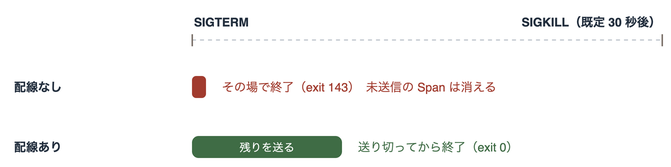
Ota1022/qiita keeps this draw.io diagram as images/shutdown-timing.drawio.png. Above is the earlier version. Source tidied: cells renumbered, new cells last; positions are measured from the earlier drawing's top-left corner, leaving out a move shared by most shapes. Its diagram source:
```xml
<mxGraphModel>
  <root>
    <mxCell id="0" />
    <mxCell id="1" parent="0" />
    <mxCell id="2" value="SIGTERM" style="text;html=1;align=left;verticalAlign=bottom;fontSize=12;fontColor=#232F3E;fontStyle=1;" parent="1" vertex="1">
      <mxGeometry x="180" width="120" height="20" as="geometry" />
    </mxCell>
    <mxCell id="3" value="SIGKILL（既定 30 秒後）" style="text;html=1;align=right;verticalAlign=bottom;fontSize=12;fontColor=#232F3E;fontStyle=1;" parent="1" vertex="1">
      <mxGeometry x="450" width="200" height="20" as="geometry" />
    </mxCell>
    <mxCell id="4" style="endArrow=none;html=1;strokeColor=#B6BEC6;strokeWidth=1;dashed=1;dashPattern=4 4;" parent="1" edge="1">
      <mxGeometry relative="1" as="geometry">
        <mxPoint x="180" y="28" as="sourcePoint" />
        <mxPoint x="650" y="28" as="targetPoint" />
      </mxGeometry>
    </mxCell>
    <mxCell id="5" style="endArrow=none;html=1;strokeColor=#7C716A;strokeWidth=1.5;" parent="1" edge="1">
      <mxGeometry relative="1" as="geometry">
        <mxPoint x="180" y="22" as="sourcePoint" />
        <mxPoint x="180" y="34" as="targetPoint" />
      </mxGeometry>
    </mxCell>
    <mxCell id="6" style="endArrow=none;html=1;strokeColor=#7C716A;strokeWidth=1.5;" parent="1" edge="1">
      <mxGeometry relative="1" as="geometry">
        <mxPoint x="650" y="22" as="sourcePoint" />
        <mxPoint x="650" y="34" as="targetPoint" />
      </mxGeometry>
    </mxCell>
    <mxCell id="7" value="配線なし" style="text;html=1;align=left;verticalAlign=middle;fontSize=12;fontColor=#232F3E;fontStyle=1;" parent="1" vertex="1">
      <mxGeometry y="62" width="170" height="26" as="geometry" />
    </mxCell>
    <mxCell id="8" style="rounded=1;arcSize=30;fillColor=#A13B2E;strokeColor=none;" parent="1" vertex="1">
      <mxGeometry x="180" y="64" width="14" height="22" as="geometry" />
    </mxCell>
    <mxCell id="9" value="その場で終了（exit 143）　未送信の Span は消える" style="text;html=1;align=left;verticalAlign=middle;fontSize=12;fontColor=#A13B2E;" parent="1" vertex="1">
      <mxGeometry x="208" y="62" width="440" height="26" as="geometry" />
    </mxCell>
    <mxCell id="10" value="配線あり" style="text;html=1;align=left;verticalAlign=middle;fontSize=12;fontColor=#232F3E;fontStyle=1;" parent="1" vertex="1">
      <mxGeometry y="122" width="170" height="26" as="geometry" />
    </mxCell>
    <mxCell id="11" value="残りを送る" style="rounded=1;arcSize=30;fillColor=#3F6C45;strokeColor=none;fontSize=11;fontColor=#FFFFFF;" parent="1" vertex="1">
      <mxGeometry x="180" y="124" width="150" height="22" as="geometry" />
    </mxCell>
    <mxCell id="12" value="送り切ってから終了（exit 0）" style="text;html=1;align=left;verticalAlign=middle;fontSize=12;fontColor=#3F6C45;" parent="1" vertex="1">
      <mxGeometry x="344" y="122" width="300" height="26" as="geometry" />
    </mxCell>
  </root>
</mxGraphModel>
```
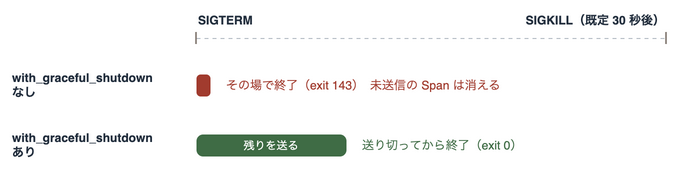
After the change.

The edit, as a diff of the source:
```diff
@@ -26,8 +26,8 @@
         <mxPoint x="650" y="34" as="targetPoint" />
       </mxGeometry>
     </mxCell>
-    <mxCell id="7" value="配線なし" style="text;html=1;align=left;verticalAlign=middle;fontSize=12;fontColor=#232F3E;fontStyle=1;" parent="1" vertex="1">
-      <mxGeometry y="62" width="170" height="26" as="geometry" />
+    <mxCell id="7" value="with_graceful_shutdown&lt;br&gt;なし" style="text;html=1;align=left;verticalAlign=middle;fontSize=12;fontColor=#232F3E;fontStyle=1;" parent="1" vertex="1">
+      <mxGeometry x="-6" y="58" width="176" height="34" as="geometry" />
     </mxCell>
     <mxCell id="8" style="rounded=1;arcSize=30;fillColor=#A13B2E;strokeColor=none;" parent="1" vertex="1">
       <mxGeometry x="180" y="64" width="14" height="22" as="geometry" />
@@ -35,8 +35,8 @@
     <mxCell id="9" value="その場で終了（exit 143）　未送信の Span は消える" style="text;html=1;align=left;verticalAlign=middle;fontSize=12;fontColor=#A13B2E;" parent="1" vertex="1">
       <mxGeometry x="208" y="62" width="440" height="26" as="geometry" />
     </mxCell>
-    <mxCell id="10" value="配線あり" style="text;html=1;align=left;verticalAlign=middle;fontSize=12;fontColor=#232F3E;fontStyle=1;" parent="1" vertex="1">
-      <mxGeometry y="122" width="170" height="26" as="geometry" />
+    <mxCell id="10" value="with_graceful_shutdown&lt;br&gt;あり" style="text;html=1;align=left;verticalAlign=middle;fontSize=12;fontColor=#232F3E;fontStyle=1;" parent="1" vertex="1">
+      <mxGeometry x="-6" y="118" width="176" height="34" as="geometry" />
     </mxCell>
     <mxCell id="11" value="残りを送る" style="rounded=1;arcSize=30;fillColor=#3F6C45;strokeColor=none;fontSize=11;fontColor=#FFFFFF;" parent="1" vertex="1">
       <mxGeometry x="180" y="124" width="150" height="22" as="geometry" />
```
